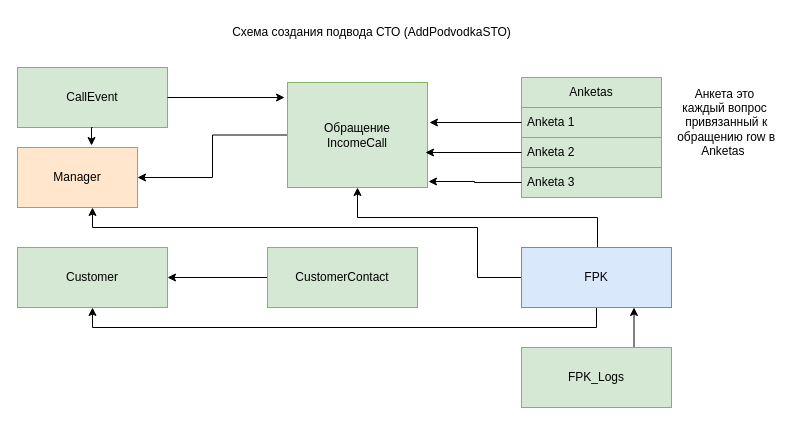
Vintelll/PassportEye keeps this draw.io diagram as Диаграмма без названия.drawio. Above is the earlier version. Source tidied: cells renumbered, new cells numbered last; positions are measured from the earlier drawing's top-left corner, leaving out a move shared by most shapes. Both pictures are drawn from the tidied source at 100%, with x=0, y=0 at pixel (17, 17).
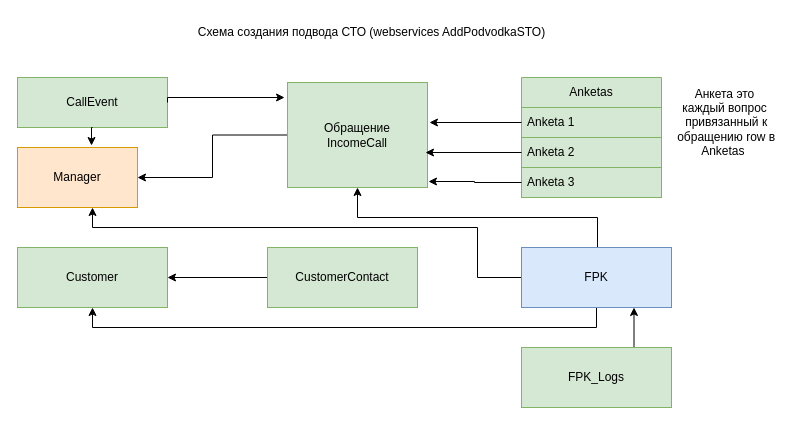
The same page after the edit.

The change refers to these unchanged cells:
```xml
<mxCell id="3" value="Обращение&lt;br&gt;IncomeCall" style="rounded=0;whiteSpace=wrap;html=1;fillColor=#d5e8d4;strokeColor=#82b366;" parent="1" vertex="1">
  <mxGeometry x="270" y="65" width="140" height="105" as="geometry" />
</mxCell>
```

What changed in the source:
```diff
@@
-    <mxCell id="4" value="Схема создания подвода СТО (AddPodvodkaSTO)" style="text;html=1;align=center;verticalAlign=middle;strokeColor=none;fillColor=none;" parent="1" vertex="1">
-      <mxGeometry x="204" width="300" height="30" as="geometry" />
+    <mxCell id="4" value="Схема создания подвода СТО (webservices AddPodvodkaSTO)" style="text;html=1;align=center;verticalAlign=middle;strokeColor=none;fillColor=none;" parent="1" vertex="1">
+      <mxGeometry x="169" width="370" height="30" as="geometry" />
     </mxCell>
@@
     <mxCell id="23" value="CallEvent" style="rounded=0;whiteSpace=wrap;html=1;fillColor=#d5e8d4;strokeColor=#82b366;" parent="1" vertex="1">
-      <mxGeometry y="50" width="150" height="60" as="geometry" />
+      <mxGeometry y="60" width="150" height="50" as="geometry" />
     </mxCell>
@@
     <mxCell id="25" style="edgeStyle=orthogonalEdgeStyle;rounded=0;jettySize=auto;html=1;exitX=1;exitY=0.5;exitDx=0;exitDy=0;entryX=-0.021;entryY=0.143;entryDx=0;entryDy=0;entryPerimeter=0;" parent="1" edge="1" source="23" target="3">
-      <mxGeometry relative="1" as="geometry" />
+      <mxGeometry relative="1" as="geometry">
+        <Array as="points">
+          <mxPoint x="150" y="80" />
+        </Array>
+      </mxGeometry>
     </mxCell>
```
